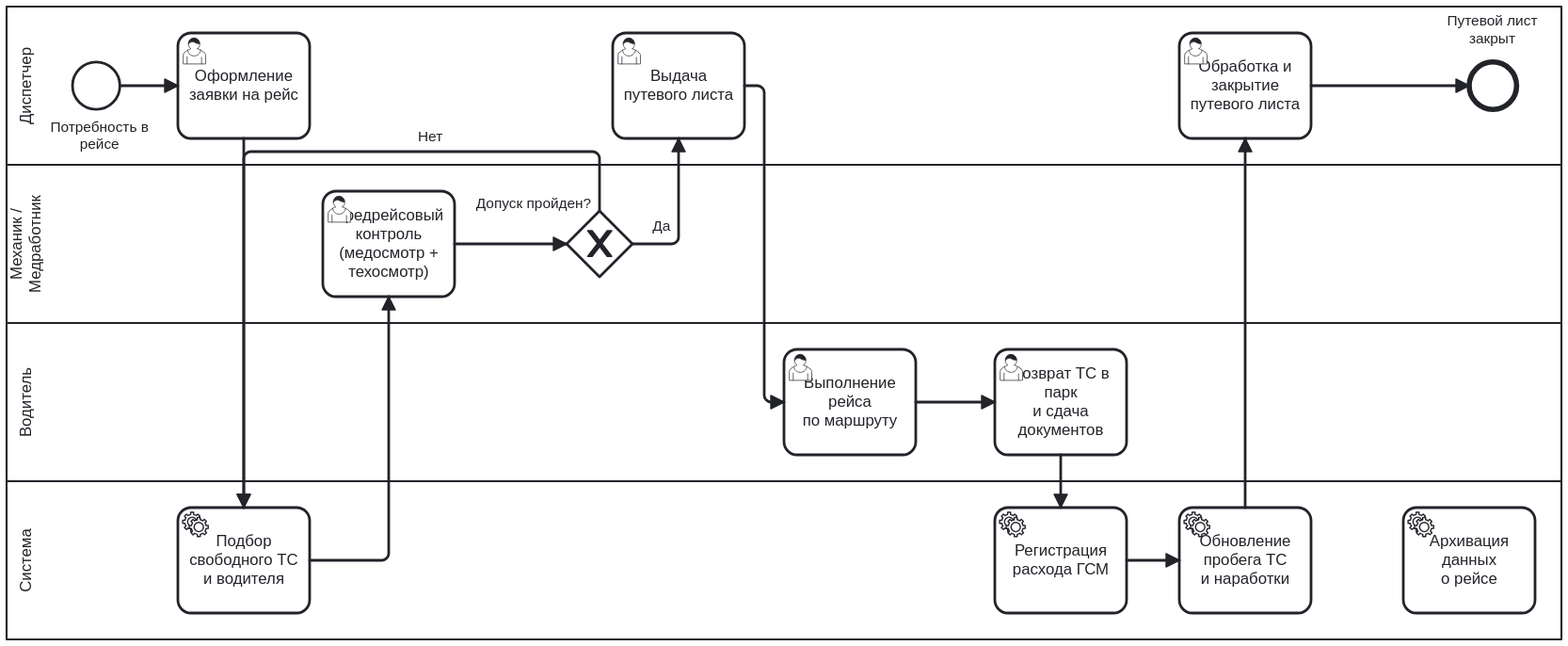
Earlier version of the BPMN export task3.svg (kmhyzenkorv/ISIS). Its source is kept beside it as task3.bpmn. Ids are renumbered. Its diagram source:
```xml
<bpmn:definitions xmlns:bpmn="http://www.omg.org/spec/BPMN/20100524/MODEL" xmlns:bpmndi="http://www.omg.org/spec/BPMN/20100524/DI" xmlns:dc="http://www.omg.org/spec/DD/20100524/DC" xmlns:di="http://www.omg.org/spec/DD/20100524/DI" xmlns:xsi="http://www.w3.org/2001/XMLSchema-instance" id="Definitions_Waybill" targetNamespace="http://bpmn.io/schema/bpmn" exporter="bpmn-js (https://demo.bpmn.io)" exporterVersion="18.29.0">
  <bpmn:process id="Process_Waybill" name="Оформление и выполнение путевого листа" isExecutable="false">
    <bpmn:laneSet id="LaneSet_1">
      <bpmn:lane id="Lane_Dispatcher" name="Диспетчер">
        <bpmn:flowNodeRef>StartEvent_1</bpmn:flowNodeRef>
        <bpmn:flowNodeRef>Task_IssueWaybill</bpmn:flowNodeRef>
        <bpmn:flowNodeRef>EndEvent_1</bpmn:flowNodeRef>
        <bpmn:flowNodeRef>Task_CloseWaybill</bpmn:flowNodeRef>
        <bpmn:flowNodeRef>Task_CreateRequest</bpmn:flowNodeRef>
      </bpmn:lane>
      <bpmn:lane id="Lane_Mechanic" name="Механик / Медработник">
        <bpmn:flowNodeRef>Gateway_CheckOk</bpmn:flowNodeRef>
        <bpmn:flowNodeRef>Task_PreTripCheck</bpmn:flowNodeRef>
      </bpmn:lane>
      <bpmn:lane id="Lane_Driver" name="Водитель">
        <bpmn:flowNodeRef>Task_ReturnVehicle</bpmn:flowNodeRef>
        <bpmn:flowNodeRef>Task_CompleteTrip</bpmn:flowNodeRef>
      </bpmn:lane>
      <bpmn:lane id="Lane_System" name="Система">
        <bpmn:flowNodeRef>Task_SelectVehicle</bpmn:flowNodeRef>
        <bpmn:flowNodeRef>Task_ArchiveData</bpmn:flowNodeRef>
        <bpmn:flowNodeRef>Task_UpdateMileage</bpmn:flowNodeRef>
        <bpmn:flowNodeRef>Task_RegisterFuel</bpmn:flowNodeRef>
      </bpmn:lane>
    </bpmn:laneSet>
    <bpmn:startEvent id="StartEvent_1" name="Потребность в рейсе">
      <bpmn:outgoing>Flow_1</bpmn:outgoing>
    </bpmn:startEvent>
    <bpmn:userTask id="Task_CreateRequest" name="Оформление заявки на рейс">
      <bpmn:incoming>Flow_1</bpmn:incoming>
      <bpmn:outgoing>Flow_2</bpmn:outgoing>
    </bpmn:userTask>
    <bpmn:serviceTask id="Task_SelectVehicle" name="Подбор свободного ТС&#10;и водителя">
      <bpmn:incoming>Flow_2</bpmn:incoming>
      <bpmn:outgoing>Flow_3</bpmn:outgoing>
    </bpmn:serviceTask>
    <bpmn:userTask id="Task_PreTripCheck" name="Предрейсовый контроль&#10;(медосмотр + техосмотр)">
      <bpmn:incoming>Flow_3</bpmn:incoming>
      <bpmn:outgoing>Flow_4</bpmn:outgoing>
    </bpmn:userTask>
    <bpmn:exclusiveGateway id="Gateway_CheckOk" name="Допуск пройден?">
      <bpmn:incoming>Flow_4</bpmn:incoming>
      <bpmn:outgoing>Flow_Yes</bpmn:outgoing>
      <bpmn:outgoing>Flow_No</bpmn:outgoing>
    </bpmn:exclusiveGateway>
    <bpmn:userTask id="Task_IssueWaybill" name="Выдача путевого листа">
      <bpmn:incoming>Flow_Yes</bpmn:incoming>
      <bpmn:outgoing>Flow_n1</bpmn:outgoing>
    </bpmn:userTask>
    <bpmn:userTask id="Task_CompleteTrip" name="Выполнение рейса&#10;по маршруту">
      <bpmn:incoming>Flow_n1</bpmn:incoming>
      <bpmn:outgoing>Flow_6</bpmn:outgoing>
    </bpmn:userTask>
    <bpmn:userTask id="Task_ReturnVehicle" name="Возврат ТС в парк&#10;и сдача документов">
      <bpmn:incoming>Flow_6</bpmn:incoming>
      <bpmn:outgoing>Flow_7</bpmn:outgoing>
    </bpmn:userTask>
    <bpmn:serviceTask id="Task_RegisterFuel" name="Регистрация расхода ГСМ">
      <bpmn:incoming>Flow_7</bpmn:incoming>
      <bpmn:outgoing>Flow_8</bpmn:outgoing>
    </bpmn:serviceTask>
    <bpmn:serviceTask id="Task_UpdateMileage" name="Обновление пробега ТС&#10;и наработки">
      <bpmn:incoming>Flow_8</bpmn:incoming>
      <bpmn:outgoing>Flow_9</bpmn:outgoing>
    </bpmn:serviceTask>
    <bpmn:userTask id="Task_CloseWaybill" name="Обработка и закрытие&#10;путевого листа">
      <bpmn:incoming>Flow_9</bpmn:incoming>
      <bpmn:outgoing>Flow_n2</bpmn:outgoing>
    </bpmn:userTask>
    <bpmn:serviceTask id="Task_ArchiveData" name="Архивация данных&#10;о рейсе" />
    <bpmn:endEvent id="EndEvent_1" name="Путевой лист закрыт">
      <bpmn:incoming>Flow_n2</bpmn:incoming>
    </bpmn:endEvent>
    <bpmn:sequenceFlow id="Flow_1" sourceRef="StartEvent_1" targetRef="Task_CreateRequest" />
    <bpmn:sequenceFlow id="Flow_2" sourceRef="Task_CreateRequest" targetRef="Task_SelectVehicle" />
    <bpmn:sequenceFlow id="Flow_3" sourceRef="Task_SelectVehicle" targetRef="Task_PreTripCheck" />
    <bpmn:sequenceFlow id="Flow_4" sourceRef="Task_PreTripCheck" targetRef="Gateway_CheckOk" />
    <bpmn:sequenceFlow id="Flow_Yes" name="Да" sourceRef="Gateway_CheckOk" targetRef="Task_IssueWaybill" />
    <bpmn:sequenceFlow id="Flow_No" name="Нет" sourceRef="Gateway_CheckOk" targetRef="Task_SelectVehicle" />
    <bpmn:sequenceFlow id="Flow_6" sourceRef="Task_CompleteTrip" targetRef="Task_ReturnVehicle" />
    <bpmn:sequenceFlow id="Flow_7" sourceRef="Task_ReturnVehicle" targetRef="Task_RegisterFuel" />
    <bpmn:sequenceFlow id="Flow_8" sourceRef="Task_RegisterFuel" targetRef="Task_UpdateMileage" />
    <bpmn:sequenceFlow id="Flow_9" sourceRef="Task_UpdateMileage" targetRef="Task_CloseWaybill" />
    <bpmn:sequenceFlow id="Flow_n2" sourceRef="Task_CloseWaybill" targetRef="EndEvent_1" />
    <bpmn:sequenceFlow id="Flow_n1" sourceRef="Task_IssueWaybill" targetRef="Task_CompleteTrip" />
  </bpmn:process>
  <bpmndi:BPMNDiagram id="BPMNDiagram_1">
    <bpmndi:BPMNPlane id="BPMNPlane_1" bpmnElement="Process_Waybill">
      <bpmndi:BPMNShape id="Lane_System_di" bpmnElement="Lane_System" isHorizontal="true">
        <dc:Bounds x="130" y="440" width="1180" height="120" />
        <bpmndi:BPMNLabel />
      </bpmndi:BPMNShape>
      <bpmndi:BPMNShape id="Lane_Driver_di" bpmnElement="Lane_Driver" isHorizontal="true">
        <dc:Bounds x="130" y="320" width="1180" height="120" />
      </bpmndi:BPMNShape>
      <bpmndi:BPMNShape id="Lane_Mechanic_di" bpmnElement="Lane_Mechanic" isHorizontal="true">
        <dc:Bounds x="130" y="200" width="1180" height="120" />
      </bpmndi:BPMNShape>
      <bpmndi:BPMNShape id="Lane_Dispatcher_di" bpmnElement="Lane_Dispatcher" isHorizontal="true">
        <dc:Bounds x="130" y="80" width="1180" height="120" />
      </bpmndi:BPMNShape>
      <bpmndi:BPMNShape id="StartEvent_1_di" bpmnElement="StartEvent_1">
        <dc:Bounds x="180" y="122" width="36" height="36" />
        <bpmndi:BPMNLabel>
          <dc:Bounds x="155" y="165" width="90" height="14" />
        </bpmndi:BPMNLabel>
      </bpmndi:BPMNShape>
      <bpmndi:BPMNShape id="Task_SelectVehicle_di" bpmnElement="Task_SelectVehicle">
        <dc:Bounds x="260" y="460" width="100" height="80" />
      </bpmndi:BPMNShape>
      <bpmndi:BPMNShape id="Task_IssueWaybill_di" bpmnElement="Task_IssueWaybill">
        <dc:Bounds x="590" y="100" width="100" height="80" />
      </bpmndi:BPMNShape>
      <bpmndi:BPMNShape id="Task_ReturnVehicle_di" bpmnElement="Task_ReturnVehicle">
        <dc:Bounds x="880" y="340" width="100" height="80" />
      </bpmndi:BPMNShape>
      <bpmndi:BPMNShape id="EndEvent_1_di" bpmnElement="EndEvent_1">
        <dc:Bounds x="1240" y="122" width="36" height="36" />
        <bpmndi:BPMNLabel>
          <dc:Bounds x="1223" y="84.5" width="69" height="27" />
        </bpmndi:BPMNLabel>
      </bpmndi:BPMNShape>
      <bpmndi:BPMNShape id="Task_ArchiveData_di" bpmnElement="Task_ArchiveData">
        <dc:Bounds x="1190" y="460" width="100" height="80" />
      </bpmndi:BPMNShape>
      <bpmndi:BPMNShape id="Task_UpdateMileage_di" bpmnElement="Task_UpdateMileage">
        <dc:Bounds x="1020" y="460" width="100" height="80" />
      </bpmndi:BPMNShape>
      <bpmndi:BPMNShape id="Task_RegisterFuel_di" bpmnElement="Task_RegisterFuel">
        <dc:Bounds x="880" y="460" width="100" height="80" />
      </bpmndi:BPMNShape>
      <bpmndi:BPMNShape id="Task_CompleteTrip_di" bpmnElement="Task_CompleteTrip">
        <dc:Bounds x="720" y="340" width="100" height="80" />
      </bpmndi:BPMNShape>
      <bpmndi:BPMNShape id="Gateway_CheckOk_di" bpmnElement="Gateway_CheckOk" isMarkerVisible="true">
        <dc:Bounds x="555" y="235" width="50" height="50" />
        <bpmndi:BPMNLabel>
          <dc:Bounds x="486" y="223" width="88" height="14" />
        </bpmndi:BPMNLabel>
      </bpmndi:BPMNShape>
      <bpmndi:BPMNShape id="Task_PreTripCheck_di" bpmnElement="Task_PreTripCheck">
        <dc:Bounds x="370" y="220" width="100" height="80" />
      </bpmndi:BPMNShape>
      <bpmndi:BPMNShape id="Task_CloseWaybill_di" bpmnElement="Task_CloseWaybill">
        <dc:Bounds x="1020" y="100" width="100" height="80" />
      </bpmndi:BPMNShape>
      <bpmndi:BPMNShape id="Task_CreateRequest_di" bpmnElement="Task_CreateRequest">
        <dc:Bounds x="260" y="100" width="100" height="80" />
      </bpmndi:BPMNShape>
      <bpmndi:BPMNEdge id="Flow_1_di" bpmnElement="Flow_1">
        <di:waypoint x="216" y="140" />
        <di:waypoint x="260" y="140" />
      </bpmndi:BPMNEdge>
      <bpmndi:BPMNEdge id="Flow_2_di" bpmnElement="Flow_2">
        <di:waypoint x="310" y="180" />
        <di:waypoint x="310" y="460" />
      </bpmndi:BPMNEdge>
      <bpmndi:BPMNEdge id="Flow_3_di" bpmnElement="Flow_3">
        <di:waypoint x="360" y="500" />
        <di:waypoint x="420" y="500" />
        <di:waypoint x="420" y="300" />
      </bpmndi:BPMNEdge>
      <bpmndi:BPMNEdge id="Flow_4_di" bpmnElement="Flow_4">
        <di:waypoint x="470" y="260" />
        <di:waypoint x="555" y="260" />
      </bpmndi:BPMNEdge>
      <bpmndi:BPMNEdge id="Flow_Yes_di" bpmnElement="Flow_Yes">
        <di:waypoint x="605" y="260" />
        <di:waypoint x="640" y="260" />
        <di:waypoint x="640" y="180" />
        <bpmndi:BPMNLabel>
          <dc:Bounds x="620" y="240" width="14" height="14" />
        </bpmndi:BPMNLabel>
      </bpmndi:BPMNEdge>
      <bpmndi:BPMNEdge id="Flow_No_di" bpmnElement="Flow_No">
        <di:waypoint x="580" y="235" />
        <di:waypoint x="580" y="190" />
        <di:waypoint x="310" y="190" />
        <di:waypoint x="310" y="460" />
        <bpmndi:BPMNLabel>
          <dc:Bounds x="442" y="172" width="19" height="14" />
        </bpmndi:BPMNLabel>
      </bpmndi:BPMNEdge>
      <bpmndi:BPMNEdge id="Flow_6_di" bpmnElement="Flow_6">
        <di:waypoint x="820" y="380" />
        <di:waypoint x="880" y="380" />
      </bpmndi:BPMNEdge>
      <bpmndi:BPMNEdge id="Flow_7_di" bpmnElement="Flow_7">
        <di:waypoint x="930" y="420" />
        <di:waypoint x="930" y="460" />
      </bpmndi:BPMNEdge>
      <bpmndi:BPMNEdge id="Flow_8_di" bpmnElement="Flow_8">
        <di:waypoint x="980" y="500" />
        <di:waypoint x="1020" y="500" />
      </bpmndi:BPMNEdge>
      <bpmndi:BPMNEdge id="Flow_9_di" bpmnElement="Flow_9">
        <di:waypoint x="1070" y="460" />
        <di:waypoint x="1070" y="180" />
      </bpmndi:BPMNEdge>
      <bpmndi:BPMNEdge id="Flow_n2_di" bpmnElement="Flow_n2">
        <di:waypoint x="1120" y="140" />
        <di:waypoint x="1240" y="140" />
      </bpmndi:BPMNEdge>
      <bpmndi:BPMNEdge id="Flow_n1_di" bpmnElement="Flow_n1">
        <di:waypoint x="690" y="140" />
        <di:waypoint x="705" y="140" />
        <di:waypoint x="705" y="380" />
        <di:waypoint x="720" y="380" />
      </bpmndi:BPMNEdge>
    </bpmndi:BPMNPlane>
  </bpmndi:BPMNDiagram>
</bpmn:definitions>
```
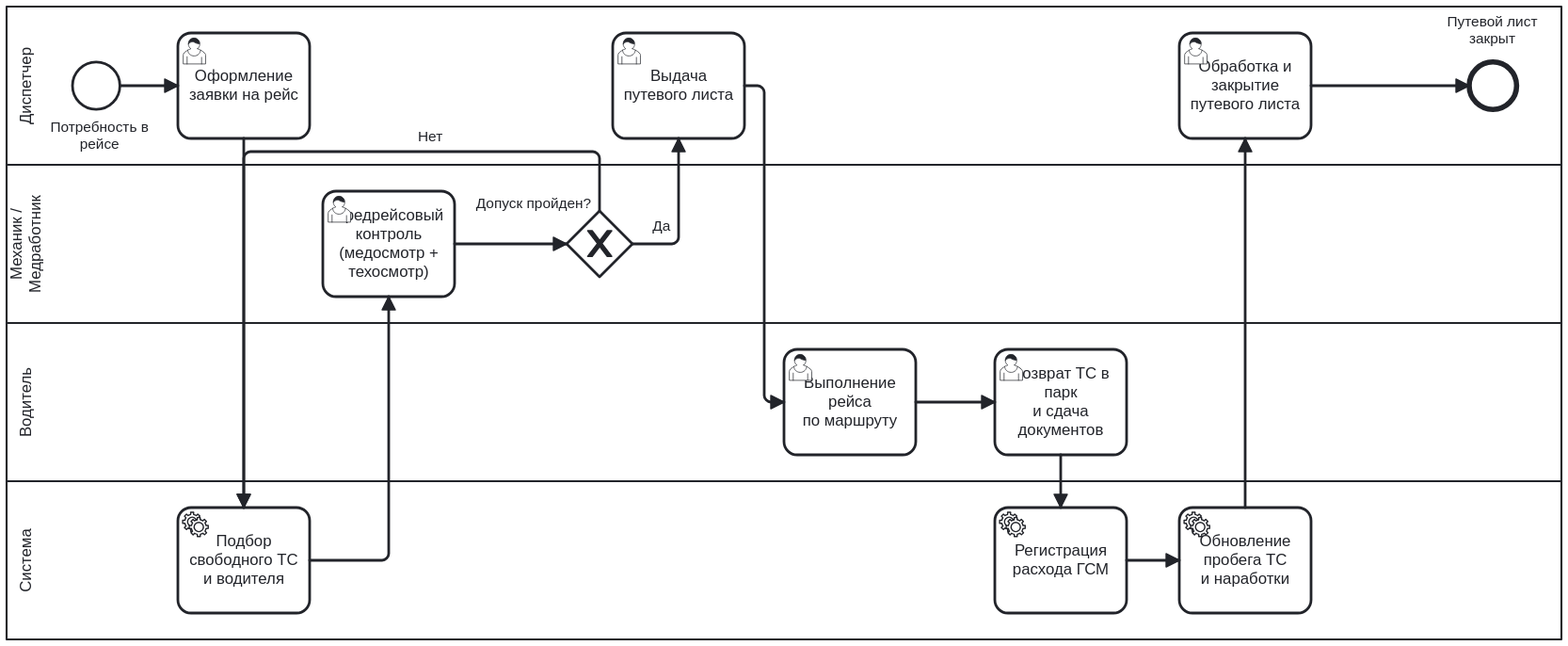
Later version of the same file.

Commit message:
task3_ispr

What changed in the source:
```diff
@@ -18,7 +18,6 @@
       </bpmn:lane>
       <bpmn:lane id="Lane_System" name="Система">
         <bpmn:flowNodeRef>Task_SelectVehicle</bpmn:flowNodeRef>
-        <bpmn:flowNodeRef>Task_ArchiveData</bpmn:flowNodeRef>
         <bpmn:flowNodeRef>Task_UpdateMileage</bpmn:flowNodeRef>
         <bpmn:flowNodeRef>Task_RegisterFuel</bpmn:flowNodeRef>
       </bpmn:lane>
@@ -67,7 +66,6 @@
       <bpmn:incoming>Flow_9</bpmn:incoming>
       <bpmn:outgoing>Flow_n2</bpmn:outgoing>
     </bpmn:userTask>
-    <bpmn:serviceTask id="Task_ArchiveData" name="Архивация данных&#10;о рейсе" />
     <bpmn:endEvent id="EndEvent_1" name="Путевой лист закрыт">
       <bpmn:incoming>Flow_n2</bpmn:incoming>
     </bpmn:endEvent>
@@ -105,32 +103,14 @@
           <dc:Bounds x="155" y="165" width="90" height="14" />
         </bpmndi:BPMNLabel>
       </bpmndi:BPMNShape>
+      <bpmndi:BPMNShape id="Task_CreateRequest_di" bpmnElement="Task_CreateRequest">
+        <dc:Bounds x="260" y="100" width="100" height="80" />
+      </bpmndi:BPMNShape>
       <bpmndi:BPMNShape id="Task_SelectVehicle_di" bpmnElement="Task_SelectVehicle">
         <dc:Bounds x="260" y="460" width="100" height="80" />
       </bpmndi:BPMNShape>
-      <bpmndi:BPMNShape id="Task_IssueWaybill_di" bpmnElement="Task_IssueWaybill">
-        <dc:Bounds x="590" y="100" width="100" height="80" />
-      </bpmndi:BPMNShape>
-      <bpmndi:BPMNShape id="Task_ReturnVehicle_di" bpmnElement="Task_ReturnVehicle">
-        <dc:Bounds x="880" y="340" width="100" height="80" />
-      </bpmndi:BPMNShape>
-      <bpmndi:BPMNShape id="EndEvent_1_di" bpmnElement="EndEvent_1">
-        <dc:Bounds x="1240" y="122" width="36" height="36" />
-        <bpmndi:BPMNLabel>
-          <dc:Bounds x="1223" y="84.5" width="69" height="27" />
-        </bpmndi:BPMNLabel>
-      </bpmndi:BPMNShape>
-      <bpmndi:BPMNShape id="Task_ArchiveData_di" bpmnElement="Task_ArchiveData">
-        <dc:Bounds x="1190" y="460" width="100" height="80" />
-      </bpmndi:BPMNShape>
-      <bpmndi:BPMNShape id="Task_UpdateMileage_di" bpmnElement="Task_UpdateMileage">
-        <dc:Bounds x="1020" y="460" width="100" height="80" />
-      </bpmndi:BPMNShape>
-      <bpmndi:BPMNShape id="Task_RegisterFuel_di" bpmnElement="Task_RegisterFuel">
-        <dc:Bounds x="880" y="460" width="100" height="80" />
-      </bpmndi:BPMNShape>
-      <bpmndi:BPMNShape id="Task_CompleteTrip_di" bpmnElement="Task_CompleteTrip">
-        <dc:Bounds x="720" y="340" width="100" height="80" />
+      <bpmndi:BPMNShape id="Task_PreTripCheck_di" bpmnElement="Task_PreTripCheck">
+        <dc:Bounds x="370" y="220" width="100" height="80" />
       </bpmndi:BPMNShape>
       <bpmndi:BPMNShape id="Gateway_CheckOk_di" bpmnElement="Gateway_CheckOk" isMarkerVisible="true">
         <dc:Bounds x="555" y="235" width="50" height="50" />
@@ -138,14 +118,29 @@
           <dc:Bounds x="486" y="223" width="88" height="14" />
         </bpmndi:BPMNLabel>
       </bpmndi:BPMNShape>
-      <bpmndi:BPMNShape id="Task_PreTripCheck_di" bpmnElement="Task_PreTripCheck">
-        <dc:Bounds x="370" y="220" width="100" height="80" />
+      <bpmndi:BPMNShape id="Task_IssueWaybill_di" bpmnElement="Task_IssueWaybill">
+        <dc:Bounds x="590" y="100" width="100" height="80" />
+      </bpmndi:BPMNShape>
+      <bpmndi:BPMNShape id="Task_CompleteTrip_di" bpmnElement="Task_CompleteTrip">
+        <dc:Bounds x="720" y="340" width="100" height="80" />
+      </bpmndi:BPMNShape>
+      <bpmndi:BPMNShape id="Task_ReturnVehicle_di" bpmnElement="Task_ReturnVehicle">
+        <dc:Bounds x="880" y="340" width="100" height="80" />
+      </bpmndi:BPMNShape>
+      <bpmndi:BPMNShape id="Task_RegisterFuel_di" bpmnElement="Task_RegisterFuel">
+        <dc:Bounds x="880" y="460" width="100" height="80" />
+      </bpmndi:BPMNShape>
+      <bpmndi:BPMNShape id="Task_UpdateMileage_di" bpmnElement="Task_UpdateMileage">
+        <dc:Bounds x="1020" y="460" width="100" height="80" />
       </bpmndi:BPMNShape>
       <bpmndi:BPMNShape id="Task_CloseWaybill_di" bpmnElement="Task_CloseWaybill">
         <dc:Bounds x="1020" y="100" width="100" height="80" />
       </bpmndi:BPMNShape>
-      <bpmndi:BPMNShape id="Task_CreateRequest_di" bpmnElement="Task_CreateRequest">
-        <dc:Bounds x="260" y="100" width="100" height="80" />
+      <bpmndi:BPMNShape id="EndEvent_1_di" bpmnElement="EndEvent_1">
+        <dc:Bounds x="1240" y="122" width="36" height="36" />
+        <bpmndi:BPMNLabel>
+          <dc:Bounds x="1223" y="84.5" width="69" height="27" />
+        </bpmndi:BPMNLabel>
       </bpmndi:BPMNShape>
       <bpmndi:BPMNEdge id="Flow_1_di" bpmnElement="Flow_1">
         <di:waypoint x="216" y="140" />
```
